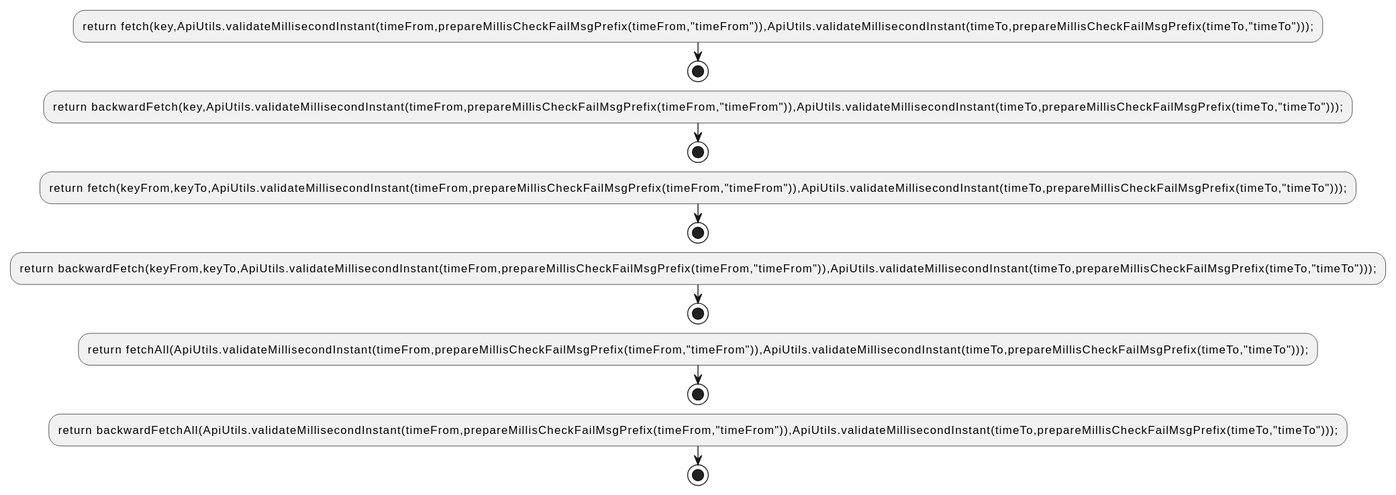
Before: docs/qc/streams/src/main/java/org/apache/kafka/streams/state/WindowStore.java.fct.svg, a diagram exported from PlantUML (qualitesys/kafka). The source it was exported from:
```plantuml
@startuml
!pragma layout smetana
:return fetch(key,ApiUtils.validateMillisecondInstant(timeFrom,prepareMillisCheckFailMsgPrefix(timeFrom,"timeFrom")),ApiUtils.validateMillisecondInstant(timeTo,prepareMillisCheckFailMsgPrefix(timeTo,"timeTo")));;
stop
:return backwardFetch(key,ApiUtils.validateMillisecondInstant(timeFrom,prepareMillisCheckFailMsgPrefix(timeFrom,"timeFrom")),ApiUtils.validateMillisecondInstant(timeTo,prepareMillisCheckFailMsgPrefix(timeTo,"timeTo")));;
stop
:return fetch(keyFrom,keyTo,ApiUtils.validateMillisecondInstant(timeFrom,prepareMillisCheckFailMsgPrefix(timeFrom,"timeFrom")),ApiUtils.validateMillisecondInstant(timeTo,prepareMillisCheckFailMsgPrefix(timeTo,"timeTo")));;
stop
:return backwardFetch(keyFrom,keyTo,ApiUtils.validateMillisecondInstant(timeFrom,prepareMillisCheckFailMsgPrefix(timeFrom,"timeFrom")),ApiUtils.validateMillisecondInstant(timeTo,prepareMillisCheckFailMsgPrefix(timeTo,"timeTo")));;
stop
:return fetchAll(ApiUtils.validateMillisecondInstant(timeFrom,prepareMillisCheckFailMsgPrefix(timeFrom,"timeFrom")),ApiUtils.validateMillisecondInstant(timeTo,prepareMillisCheckFailMsgPrefix(timeTo,"timeTo")));;
stop
:return backwardFetchAll(ApiUtils.validateMillisecondInstant(timeFrom,prepareMillisCheckFailMsgPrefix(timeFrom,"timeFrom")),ApiUtils.validateMillisecondInstant(timeTo,prepareMillisCheckFailMsgPrefix(timeTo,"timeTo")));;
stop
@enduml
```
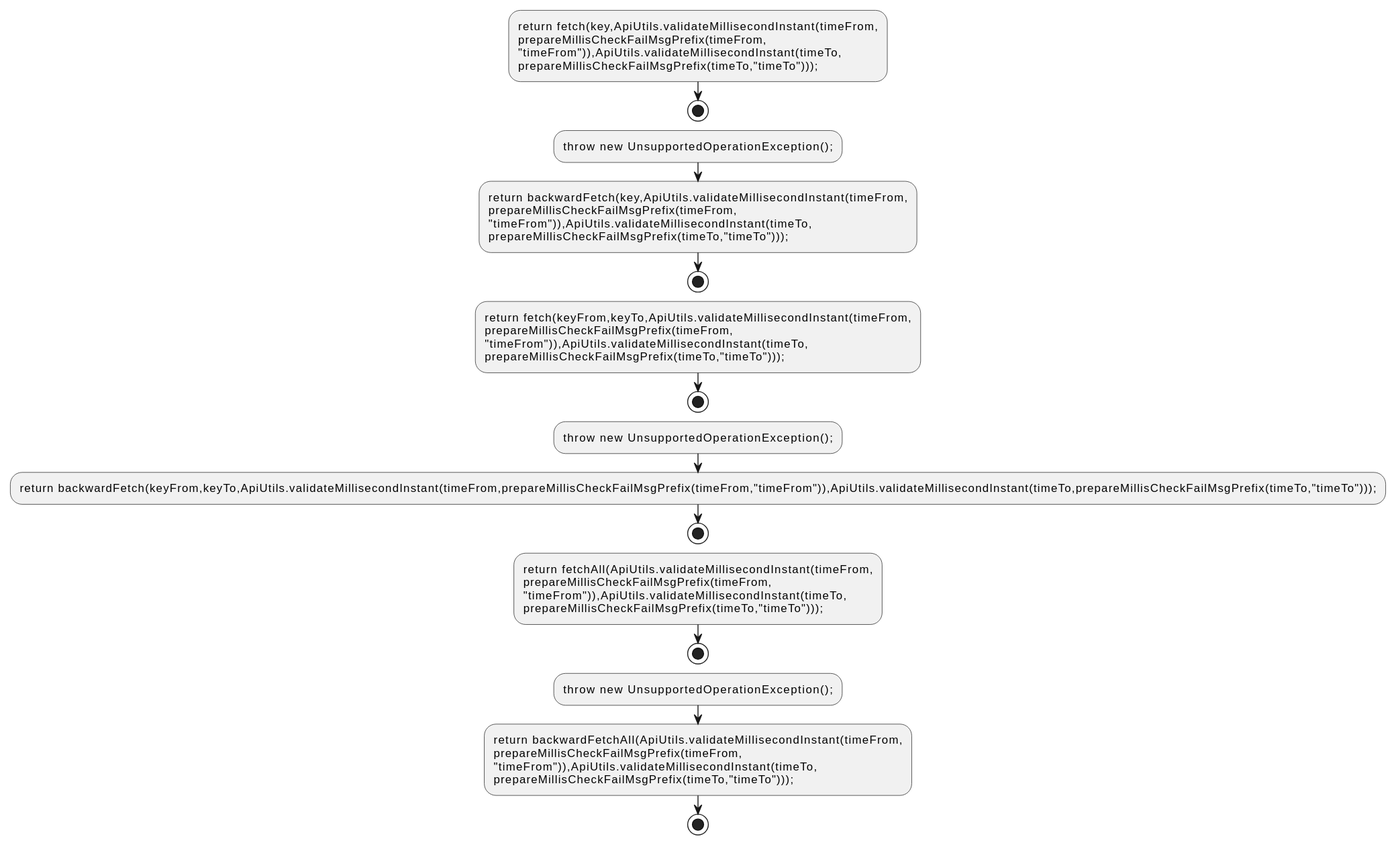
After the change.

What changed in the source:
```diff
@@ -1,15 +1,33 @@
 @startuml
 !pragma layout smetana
-:return fetch(key,ApiUtils.validateMillisecondInstant(timeFrom,prepareMillisCheckFailMsgPrefix(timeFrom,"timeFrom")),ApiUtils.validateMillisecondInstant(timeTo,prepareMillisCheckFailMsgPrefix(timeTo,"timeTo")));;
+:return fetch(key,ApiUtils.validateMillisecondInstant(timeFrom,
+prepareMillisCheckFailMsgPrefix(timeFrom,
+"timeFrom")),ApiUtils.validateMillisecondInstant(timeTo,
+prepareMillisCheckFailMsgPrefix(timeTo,"timeTo")));;
 stop
-:return backwardFetch(key,ApiUtils.validateMillisecondInstant(timeFrom,prepareMillisCheckFailMsgPrefix(timeFrom,"timeFrom")),ApiUtils.validateMillisecondInstant(timeTo,prepareMillisCheckFailMsgPrefix(timeTo,"timeTo")));;
+:throw new UnsupportedOperationException();;
+:return backwardFetch(key,ApiUtils.validateMillisecondInstant(timeFrom,
+prepareMillisCheckFailMsgPrefix(timeFrom,
+"timeFrom")),ApiUtils.validateMillisecondInstant(timeTo,
+prepareMillisCheckFailMsgPrefix(timeTo,"timeTo")));;
 stop
-:return fetch(keyFrom,keyTo,ApiUtils.validateMillisecondInstant(timeFrom,prepareMillisCheckFailMsgPrefix(timeFrom,"timeFrom")),ApiUtils.validateMillisecondInstant(timeTo,prepareMillisCheckFailMsgPrefix(timeTo,"timeTo")));;
+:return fetch(keyFrom,keyTo,ApiUtils.validateMillisecondInstant(timeFrom,
+prepareMillisCheckFailMsgPrefix(timeFrom,
+"timeFrom")),ApiUtils.validateMillisecondInstant(timeTo,
+prepareMillisCheckFailMsgPrefix(timeTo,"timeTo")));;
 stop
+:throw new UnsupportedOperationException();;
 :return backwardFetch(keyFrom,keyTo,ApiUtils.validateMillisecondInstant(timeFrom,prepareMillisCheckFailMsgPrefix(timeFrom,"timeFrom")),ApiUtils.validateMillisecondInstant(timeTo,prepareMillisCheckFailMsgPrefix(timeTo,"timeTo")));;
 stop
-:return fetchAll(ApiUtils.validateMillisecondInstant(timeFrom,prepareMillisCheckFailMsgPrefix(timeFrom,"timeFrom")),ApiUtils.validateMillisecondInstant(timeTo,prepareMillisCheckFailMsgPrefix(timeTo,"timeTo")));;
+:return fetchAll(ApiUtils.validateMillisecondInstant(timeFrom,
+prepareMillisCheckFailMsgPrefix(timeFrom,
+"timeFrom")),ApiUtils.validateMillisecondInstant(timeTo,
+prepareMillisCheckFailMsgPrefix(timeTo,"timeTo")));;
 stop
-:return backwardFetchAll(ApiUtils.validateMillisecondInstant(timeFrom,prepareMillisCheckFailMsgPrefix(timeFrom,"timeFrom")),ApiUtils.validateMillisecondInstant(timeTo,prepareMillisCheckFailMsgPrefix(timeTo,"timeTo")));;
+:throw new UnsupportedOperationException();;
+:return backwardFetchAll(ApiUtils.validateMillisecondInstant(timeFrom,
+prepareMillisCheckFailMsgPrefix(timeFrom,
+"timeFrom")),ApiUtils.validateMillisecondInstant(timeTo,
+prepareMillisCheckFailMsgPrefix(timeTo,"timeTo")));;
 stop
 @enduml
```
